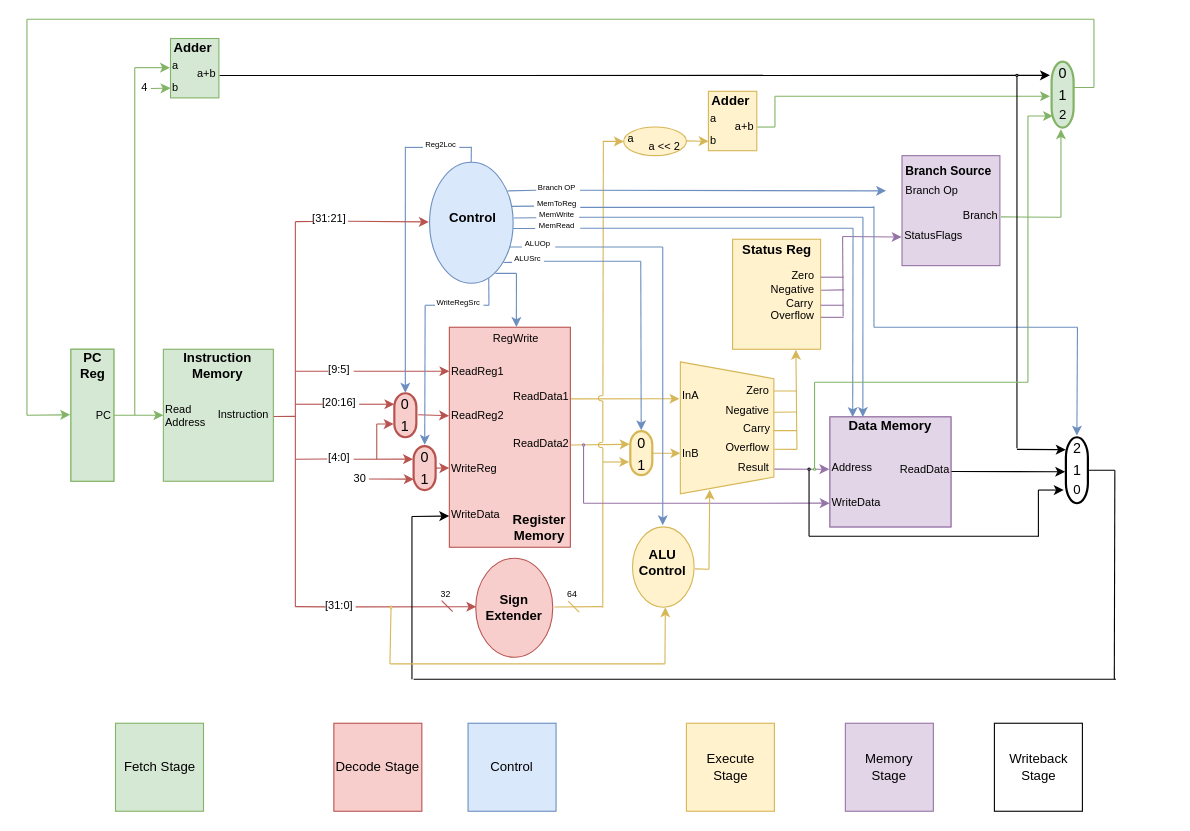
The draw.io diagram nonpipelined/diagram.drawio in mattco98/LEGv8-Processor, before the edit. Source tidied: cells renumbered, new cells numbered last; positions are measured from the earlier drawing's top-left corner, leaving out a move shared by most shapes. Both pictures are drawn from the tidied source at 110%, with x=0, y=0 at pixel (26, 19).
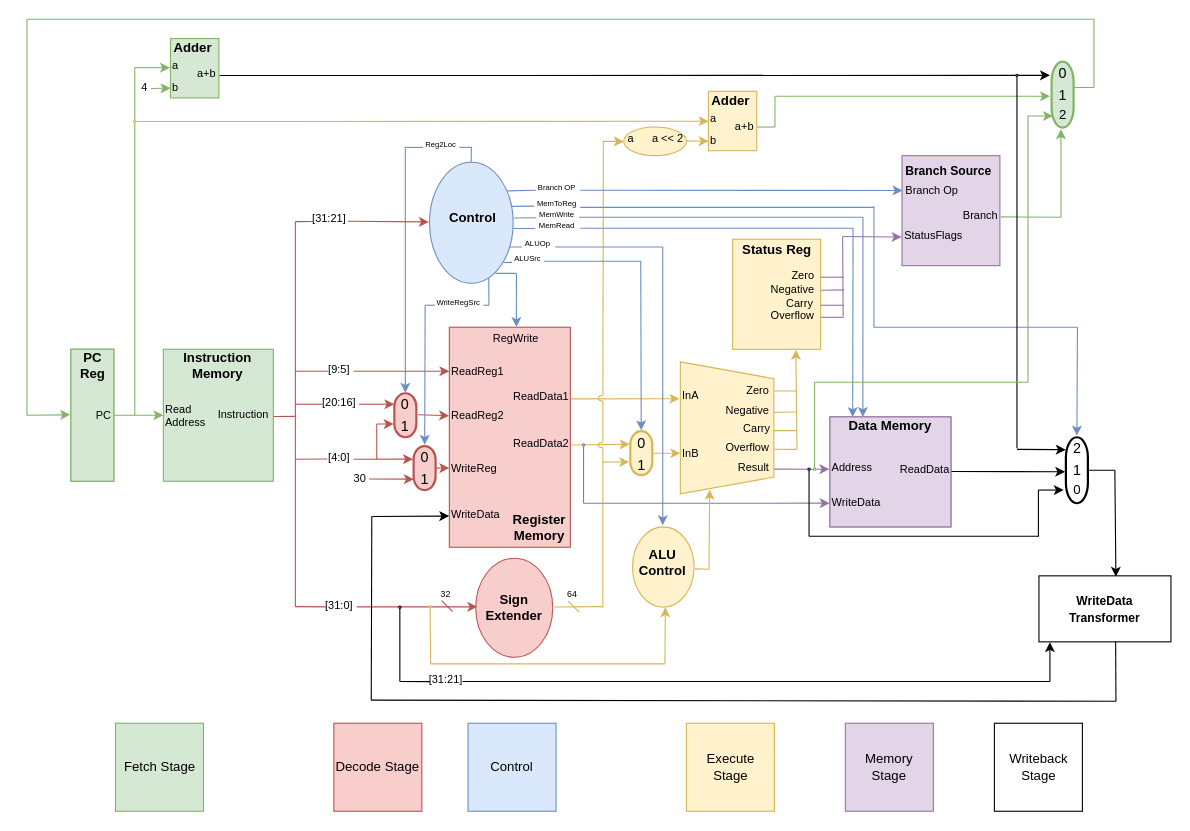
The same page after the edit.

Commit message (it also covers changes not shown here):
Update hardware diagram

Unchanged cells that the change refers to:
```xml
<mxCell id="42" style="ellipse;whiteSpace=wrap;html=1;fontSize=8;align=right;rotation=90;fillColor=#f8cecc;strokeColor=#b85450;" parent="1" vertex="1">
  <mxGeometry x="398" y="500" width="90" height="70" as="geometry" />
</mxCell>
<mxCell id="45" value="[31:0]" style="text;html=1;strokeColor=none;fillColor=none;align=center;verticalAlign=middle;whiteSpace=wrap;rounded=0;fontSize=10;" parent="1" vertex="1">
  <mxGeometry x="254" y="530" width="60" height="5" as="geometry" />
</mxCell>
<mxCell id="65" value="WriteData" style="text;html=1;strokeColor=none;fillColor=none;align=left;verticalAlign=middle;whiteSpace=wrap;rounded=0;fontSize=10;" parent="59" vertex="1">
  <mxGeometry y="160" width="27.5" height="20" as="geometry" />
</mxCell>
<mxCell id="130" value="Branch Op" style="text;html=1;strokeColor=none;fillColor=none;align=left;verticalAlign=middle;whiteSpace=wrap;rounded=0;fontSize=10;" parent="128" vertex="1">
  <mxGeometry x="1" y="24" width="59" height="14" as="geometry" />
</mxCell>
<mxCell id="163" style="rounded=0;whiteSpace=wrap;html=1;strokeColor=#d6b656;fillColor=#fff2cc;fontSize=7;align=left;" parent="162" vertex="1">
  <mxGeometry y="2" width="44" height="54" as="geometry" />
</mxCell>
```

What changed in the source:
```diff
@@
+    <mxCell id="231" style="endArrow=none;html=1;entryX=0.5;entryY=0.75;entryDx=0;entryDy=0;entryPerimeter=0;" parent="1" edge="1" target="235">
+      <mxGeometry relative="1" as="geometry">
+        <mxPoint x="339" y="602" as="sourcePoint" />
+      </mxGeometry>
+    </mxCell>
@@
-    <mxCell id="44" style="endArrow=classic;html=1;fontSize=8;entryX=0.49;entryY=0.993;entryDx=0;entryDy=0;entryPerimeter=0;exitX=0.747;exitY=0.842;exitDx=0;exitDy=0;exitPerimeter=0;fillColor=#f8cecc;strokeColor=#b85450;" parent="1" edge="1" source="45" target="42">
-      <mxGeometry relative="1" as="geometry" />
+    <mxCell id="44" style="endArrow=classic;html=1;fontSize=8;entryX=0.49;entryY=0.993;entryDx=0;entryDy=0;entryPerimeter=0;exitX=0.747;exitY=0.842;exitDx=0;exitDy=0;exitPerimeter=0;fillColor=#f8cecc;strokeColor=#b85450;" parent="1" edge="1">
+      <mxGeometry relative="1" as="geometry">
+        <mxPoint x="299.8" y="534.2" as="sourcePoint" />
+        <mxPoint x="409.4" y="534.2" as="targetPoint" />
+      </mxGeometry>
     </mxCell>
@@
-    <mxCell id="133" style="endArrow=classic;html=1;fontSize=7;fillColor=#dae8fc;strokeColor=#6c8ebf;exitX=1.008;exitY=0.494;exitDx=0;exitDy=0;exitPerimeter=0;" parent="1" edge="1">
+    <mxCell id="133" style="endArrow=classic;html=1;fontSize=7;fillColor=#dae8fc;strokeColor=#6c8ebf;exitX=1.008;exitY=0.494;exitDx=0;exitDy=0;exitPerimeter=0;entryX=-0.008;entryY=0.548;entryDx=0;entryDy=0;entryPerimeter=0;" parent="1" edge="1" target="130">
       <mxGeometry relative="1" as="geometry">
         <mxPoint x="502.8" y="155.4" as="sourcePoint" />
-        <mxPoint x="781" y="156" as="targetPoint" />
       </mxGeometry>
     </mxCell>
@@
-    <mxCell id="146" style="endArrow=none;html=1;fontSize=7;" parent="1" edge="1">
+    <mxCell id="146" style="endArrow=classic;html=1;fontSize=7;endFill=1;entryX=0.583;entryY=0.013;entryDx=0;entryDy=0;entryPerimeter=0;" parent="1" edge="1" target="234">
       <mxGeometry relative="1" as="geometry">
-        <mxPoint x="988.5" y="600" as="sourcePoint" />
-        <mxPoint x="989" y="410" as="targetPoint" />
+        <mxPoint x="989" y="410" as="sourcePoint" />
       </mxGeometry>
     </mxCell>
     <mxCell id="147" style="endArrow=none;html=1;fontSize=7;" parent="1" edge="1">
       <mxGeometry relative="1" as="geometry">
-        <mxPoint x="351.5" y="600" as="sourcePoint" />
-        <mxPoint x="990" y="600" as="targetPoint" />
+        <mxPoint x="313" y="619" as="sourcePoint" />
+        <mxPoint x="990" y="620" as="targetPoint" />
       </mxGeometry>
     </mxCell>
     <mxCell id="148" style="endArrow=none;html=1;fontSize=7;" parent="1" edge="1">
       <mxGeometry relative="1" as="geometry">
-        <mxPoint x="350" y="600" as="sourcePoint" />
-        <mxPoint x="350" y="452" as="targetPoint" />
+        <mxPoint x="313" y="619" as="sourcePoint" />
+        <mxPoint x="313.5" y="451.5" as="targetPoint" />
       </mxGeometry>
     </mxCell>
     <mxCell id="149" style="endArrow=classic;html=1;fontSize=7;entryX=-0.005;entryY=0.582;entryDx=0;entryDy=0;entryPerimeter=0;" parent="1" edge="1" target="65">
       <mxGeometry relative="1" as="geometry">
-        <mxPoint x="350" y="452" as="sourcePoint" />
+        <mxPoint x="314" y="452" as="sourcePoint" />
       </mxGeometry>
     </mxCell>
@@
     <mxCell id="156" style="endArrow=none;html=1;fontSize=7;fillColor=#fff2cc;strokeColor=#d6b656;" parent="1" edge="1">
       <mxGeometry relative="1" as="geometry">
-        <mxPoint x="330" y="586" as="sourcePoint" />
-        <mxPoint x="331" y="534" as="targetPoint" />
+        <mxPoint x="367" y="586" as="sourcePoint" />
+        <mxPoint x="366.5" y="534.5" as="targetPoint" />
       </mxGeometry>
     </mxCell>
     <mxCell id="157" style="endArrow=none;html=1;fontSize=7;fillColor=#fff2cc;strokeColor=#d6b656;" parent="1" edge="1">
       <mxGeometry relative="1" as="geometry">
-        <mxPoint x="330" y="586" as="sourcePoint" />
+        <mxPoint x="367" y="586" as="sourcePoint" />
         <mxPoint x="580" y="586" as="targetPoint" />
       </mxGeometry>
     </mxCell>
@@
     <mxCell id="161" style="ellipse;whiteSpace=wrap;html=1;fillColor=#fff2cc;fontSize=7;align=center;strokeColor=#d6b656;" parent="1" vertex="1">
-      <mxGeometry x="330" y="533.5" width="2" height="2" as="geometry" />
+      <mxGeometry x="365.5" y="533" width="2" height="2" as="geometry" />
     </mxCell>
@@
     <mxCell id="169" value="a &amp;lt;&amp;lt; 2" style="text;html=1;strokeColor=none;fillColor=none;align=right;verticalAlign=middle;whiteSpace=wrap;rounded=0;fontSize=10;" parent="1" vertex="1">
-      <mxGeometry x="565" y="107.5" width="31" height="14" as="geometry" />
+      <mxGeometry x="568" y="104.5" width="31" height="7" as="geometry" />
     </mxCell>
@@
+    <mxCell id="232" style="endArrow=classic;html=1;fontSize=7;entryX=0.004;entryY=0.504;entryDx=0;entryDy=0;entryPerimeter=0;fillColor=#fff2cc;strokeColor=#d6b656;" parent="1" edge="1" source="233" target="163">
+      <mxGeometry relative="1" as="geometry" />
+    </mxCell>
+    <mxCell id="233" style="ellipse;whiteSpace=wrap;html=1;fillColor=#fff2cc;fontSize=7;align=center;strokeColor=#d6b656;" parent="1" vertex="1">
+      <mxGeometry x="97" y="92" width="2" height="2" as="geometry" />
+    </mxCell>
+    <mxCell id="234" value="&lt;b&gt;&lt;font style=&quot;font-size: 11px&quot;&gt;WriteData Transformer&lt;/font&gt;&lt;/b&gt;" style="rounded=0;whiteSpace=wrap;html=1;" parent="1" vertex="1">
+      <mxGeometry x="920" y="506" width="120" height="60" as="geometry" />
+    </mxCell>
+    <mxCell id="235" style="ellipse;whiteSpace=wrap;html=1;fillColor=#f5f5f5;fontSize=7;align=center;strokeColor=#000000;fontColor=#333333;" parent="1" vertex="1">
+      <mxGeometry x="338" y="533.5" width="2" height="2" as="geometry" />
+    </mxCell>
+    <mxCell id="236" style="endArrow=none;html=1;" parent="1" edge="1">
+      <mxGeometry relative="1" as="geometry">
+        <mxPoint x="396" y="602" as="sourcePoint" />
+        <mxPoint x="930" y="602" as="targetPoint" />
+      </mxGeometry>
+    </mxCell>
+    <mxCell id="237" value="[31:21]" style="text;html=1;strokeColor=none;fillColor=none;align=center;verticalAlign=middle;whiteSpace=wrap;rounded=0;fontSize=10;" parent="1" vertex="1">
+      <mxGeometry x="367.5" y="591.5" width="26" height="17" as="geometry" />
+    </mxCell>
+    <mxCell id="238" style="endArrow=none;html=1;entryX=-0.047;entryY=0.627;entryDx=0;entryDy=0;entryPerimeter=0;" parent="1" edge="1" target="237">
+      <mxGeometry relative="1" as="geometry">
+        <mxPoint x="339" y="602" as="sourcePoint" />
+      </mxGeometry>
+    </mxCell>
+    <mxCell id="239" style="endArrow=classic;html=1;entryX=0.083;entryY=1.005;entryDx=0;entryDy=0;entryPerimeter=0;" parent="1" edge="1" target="234">
+      <mxGeometry relative="1" as="geometry">
+        <mxPoint x="930" y="602" as="sourcePoint" />
+      </mxGeometry>
+    </mxCell>
+    <mxCell id="240" style="endArrow=none;html=1;entryX=0.581;entryY=0.999;entryDx=0;entryDy=0;entryPerimeter=0;" parent="1" edge="1" target="234">
+      <mxGeometry relative="1" as="geometry">
+        <mxPoint x="990" y="620" as="sourcePoint" />
+      </mxGeometry>
+    </mxCell>
```
